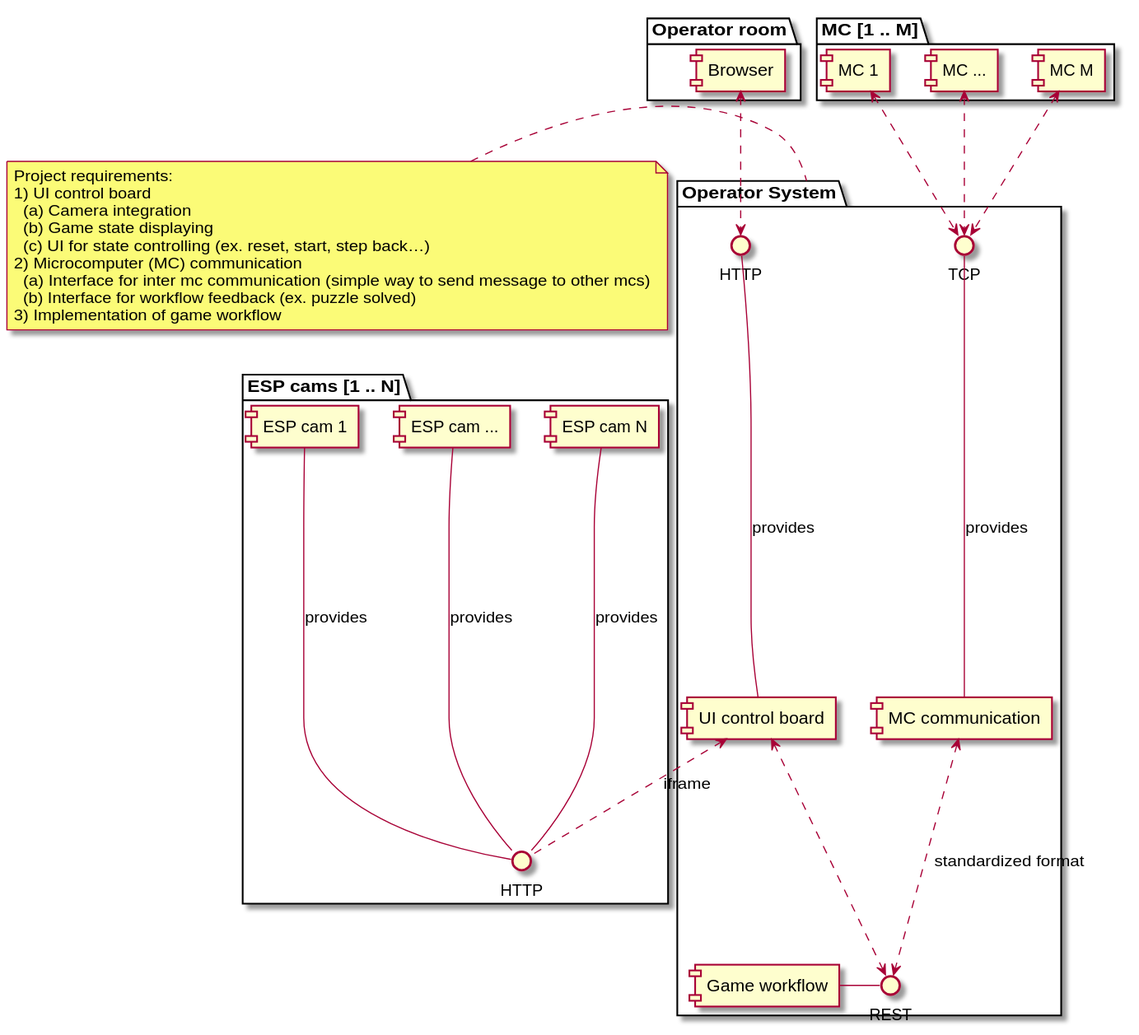
Before: out/design/GeneralArchitecture.svg, a diagram exported from PlantUML (ubilab-ws21/operator). The source it was exported from:
```plantuml
@startuml GeneralArchitecture
note left of "Operator System"
Project requirements:
1) UI control board
  (a) Camera integration
  (b) Game state displaying
  (c) UI for state controlling (ex. reset, start, step back…)
2) Microcomputer (MC) communication
  (a) Interface for inter mc communication (simple way to send message to other mcs)
  (b) Interface for workflow feedback (ex. puzzle solved)
3) Implementation of game workflow
end note

package "Operator room" {
    [Browser]
}

package "MC [1 .. M]" {
    [MC 1]
    [MC ...]
    [MC M]
}

package "Operator System" {
    interface REST as REST
    [Game workflow] - REST

    interface TCP as TCP
    [MC communication] -up-- TCP: provides

    interface HTTP as HTTP
    [UI control board] -up-- HTTP: provides

    [UI control board] <..> REST
    [MC communication] <..> REST: standardized format
}

package "ESP cams [1 .. N]" {
    interface HTTP as HTTP1

    [ESP cam N] -down-- HTTP1: provides
    [ESP cam ...] -down-- HTTP1: provides
    [ESP cam 1] -down-- HTTP1: provides
}

[UI control board] <.. HTTP1: iframe
[Browser] <..> HTTP

[MC 1] <..> TCP
[MC ...] <..> TCP
[MC M] <..> TCP

@enduml
```
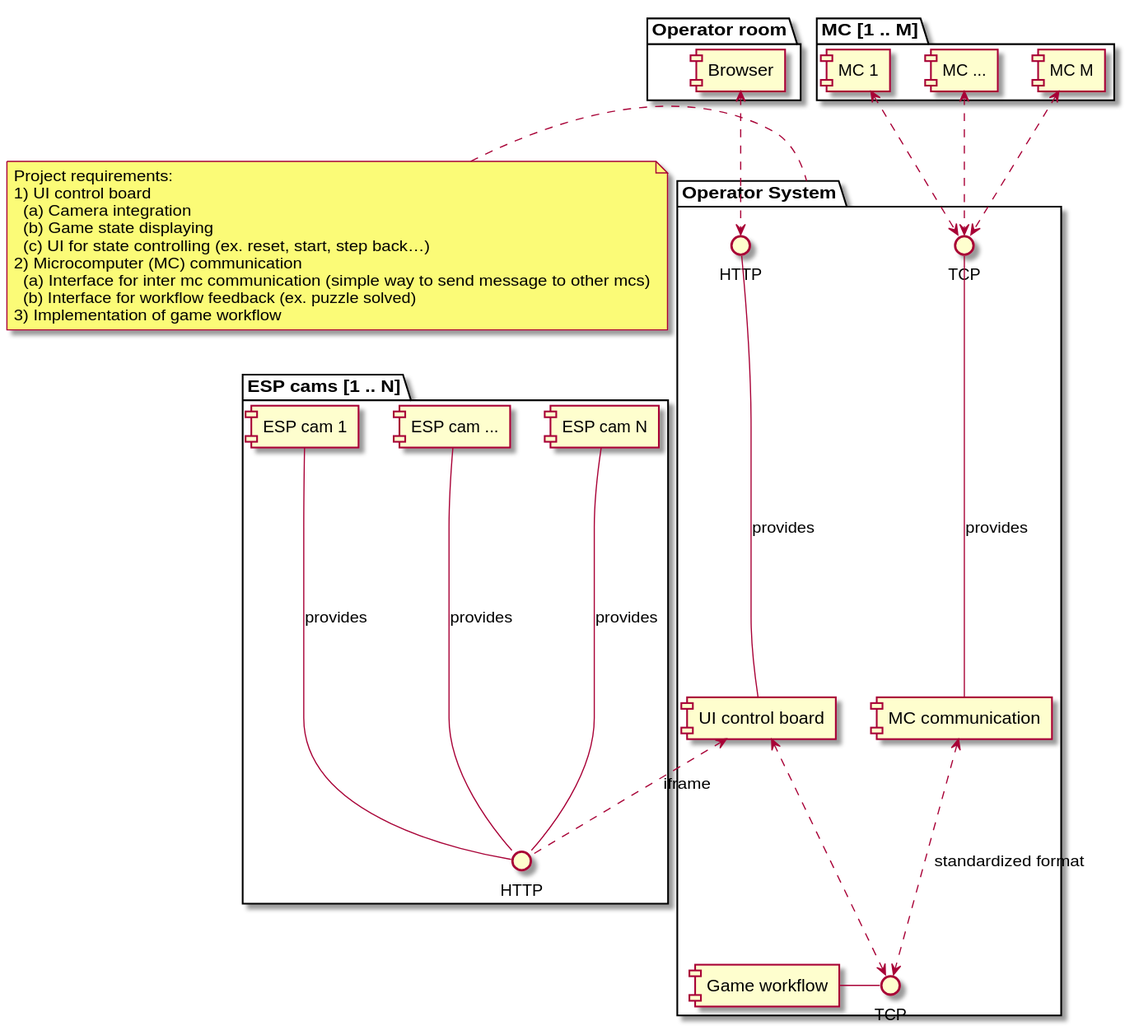
Above is the later version.

Change to the diagram source:
```diff
@@ -22,8 +22,8 @@
 }
 
 package "Operator System" {
-    interface REST as REST
-    [Game workflow] - REST
+    interface TCP as TCP1
+    [Game workflow] - TCP1
 
     interface TCP as TCP
     [MC communication] -up-- TCP: provides
@@ -31,8 +31,8 @@
     interface HTTP as HTTP
     [UI control board] -up-- HTTP: provides
 
-    [UI control board] <..> REST
-    [MC communication] <..> REST: standardized format
+    [UI control board] <..> TCP1
+    [MC communication] <..> TCP1: standardized format
 }
 
 package "ESP cams [1 .. N]" {
```
